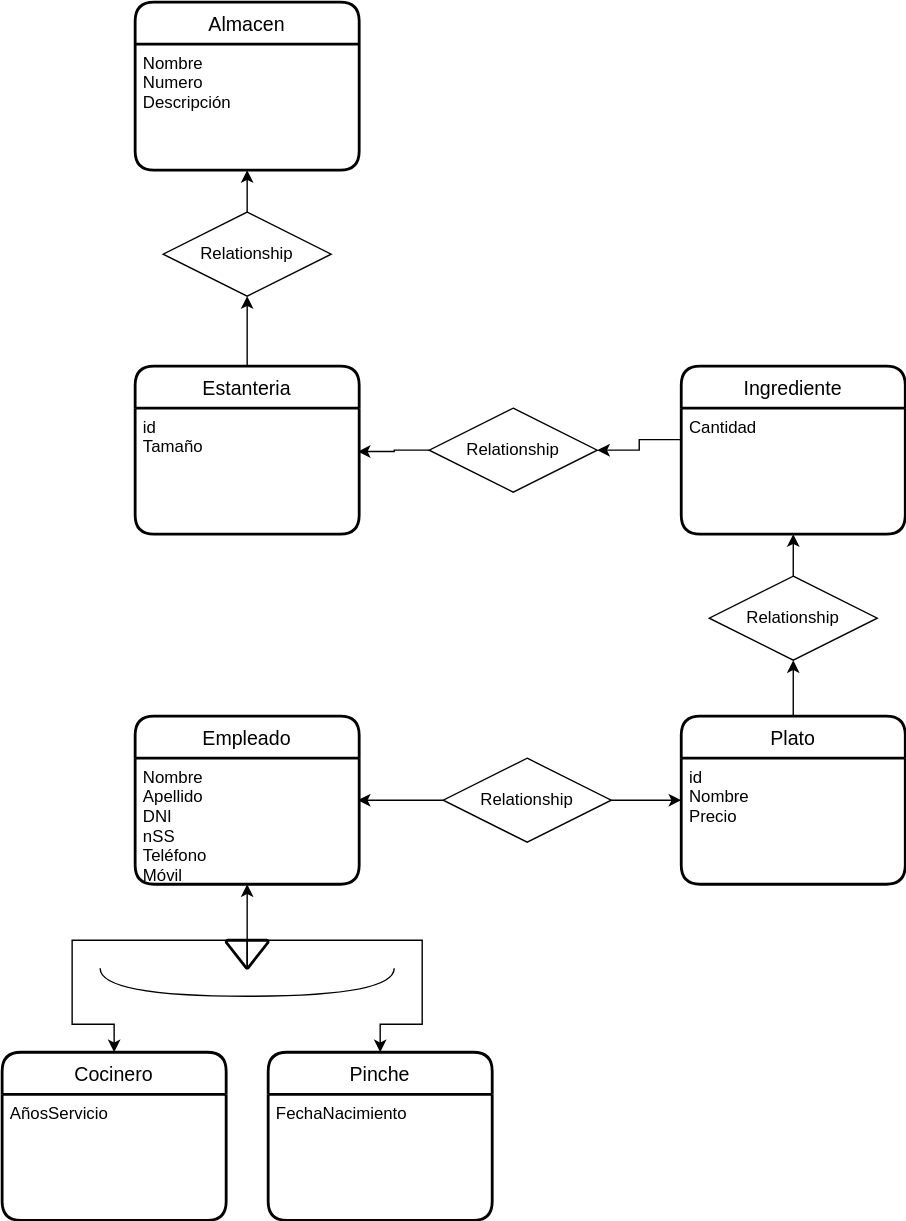
This is UD12-13.svg from Jimxx22/C3-UD11-UML, a draw.io export, as it was before one commit. Source tidied: cells renumbered, new cells last; positions are measured from the earlier drawing's top-left corner, leaving out a move shared by most shapes.
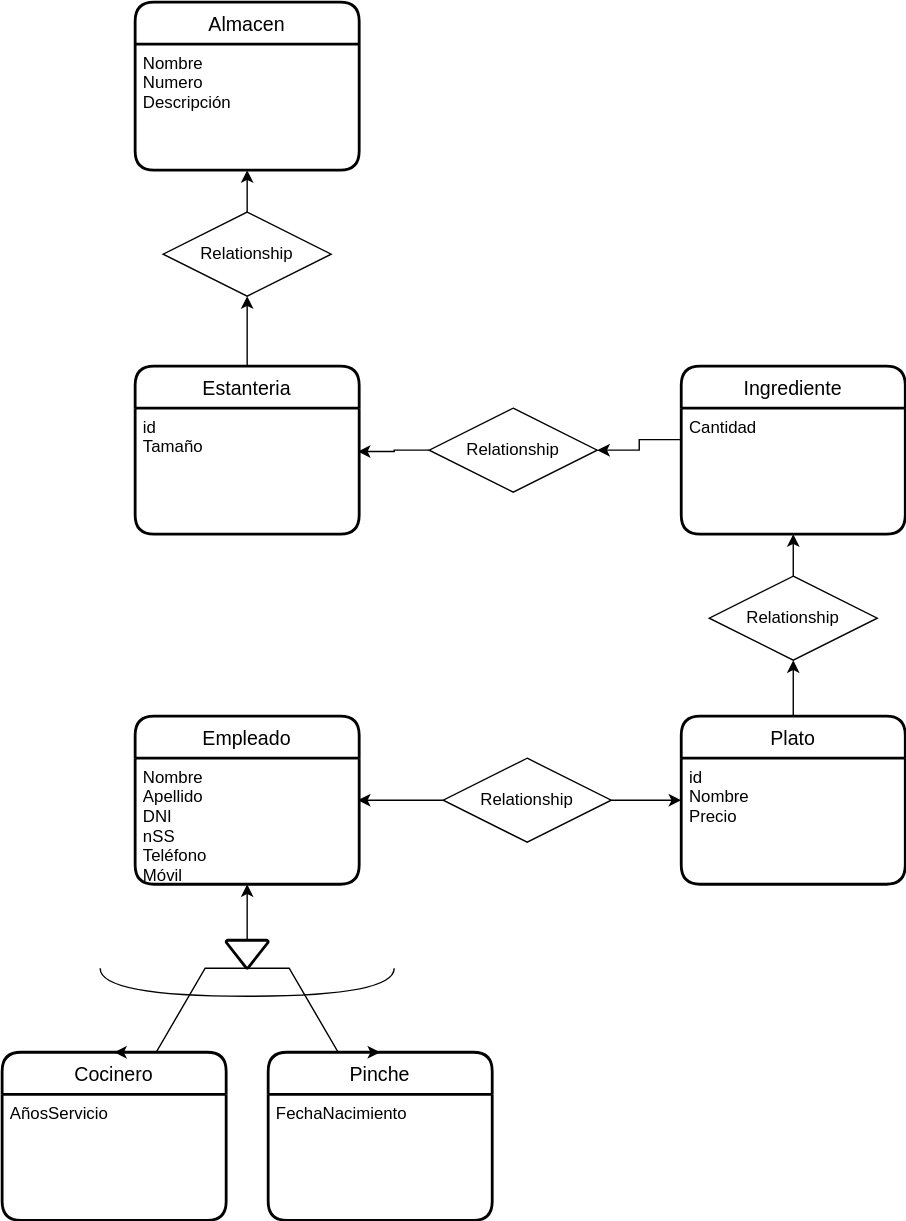
Above is the later version.

Diff of the diagram source:
```diff
@@ -86,10 +86,10 @@
     <mxCell id="29" style="strokeWidth=2;html=1;shape=mxgraph.flowchart.merge_or_storage;whiteSpace=wrap;labelBackgroundColor=none;" parent="1" vertex="1">
       <mxGeometry x="160" y="670" width="30" height="20" as="geometry" />
     </mxCell>
-    <mxCell id="30" style="edgeStyle=orthogonalEdgeStyle;rounded=0;jettySize=auto;html=1;exitX=0;exitY=0.5;exitDx=0;exitDy=0;exitPerimeter=0;entryX=0.5;entryY=0;entryDx=0;entryDy=0;strokeColor=default;" parent="1" edge="1" source="32" target="6">
+    <mxCell id="30" style="edgeStyle=entityRelationEdgeStyle;rounded=0;jettySize=auto;html=1;exitX=0;exitY=0.5;exitDx=0;exitDy=0;exitPerimeter=0;entryX=0.5;entryY=0;entryDx=0;entryDy=0;strokeColor=default;" parent="1" edge="1" source="32" target="6">
       <mxGeometry relative="1" as="geometry" />
     </mxCell>
-    <mxCell id="31" style="edgeStyle=orthogonalEdgeStyle;rounded=0;jettySize=auto;html=1;exitX=0;exitY=0.5;exitDx=0;exitDy=0;exitPerimeter=0;entryX=0.5;entryY=0;entryDx=0;entryDy=0;strokeColor=default;" parent="1" edge="1" source="32" target="4">
+    <mxCell id="31" style="edgeStyle=entityRelationEdgeStyle;rounded=0;jettySize=auto;html=1;exitX=0;exitY=0.5;exitDx=0;exitDy=0;exitPerimeter=0;entryX=0.5;entryY=0;entryDx=0;entryDy=0;strokeColor=default;" parent="1" edge="1" source="32" target="4">
       <mxGeometry relative="1" as="geometry" />
     </mxCell>
     <mxCell id="32" style="shape=requiredInterface;html=1;verticalLabelPosition=bottom;sketch=0;direction=south;labelBackgroundColor=none;" parent="1" vertex="1">
```
